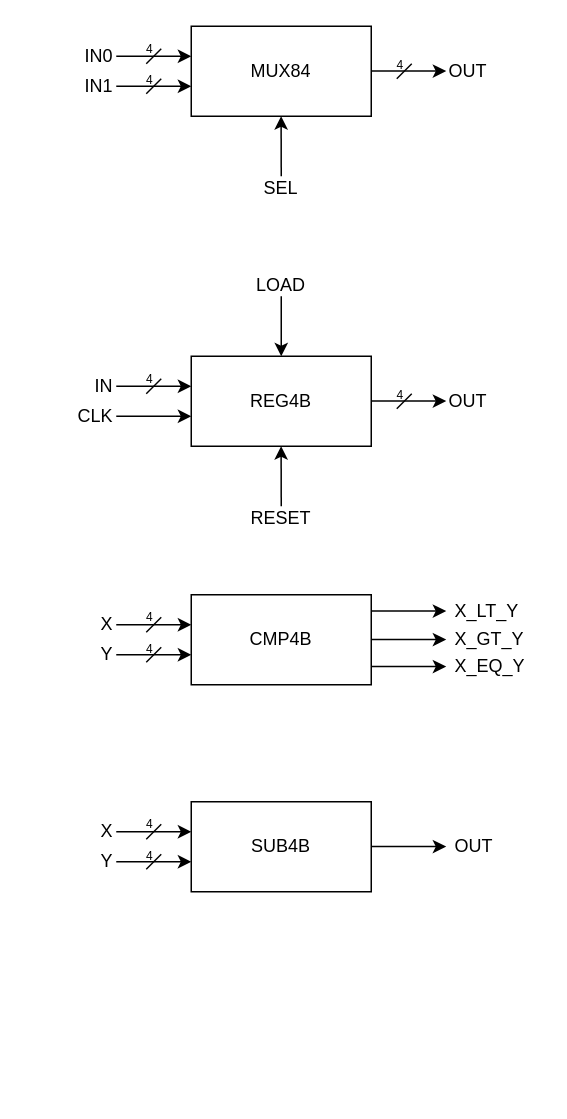
hg-xnb/hscd_systemc keeps this draw.io diagram as page "Page-1" (1 of 2) of gcd_caculator/diagram.drawio. Above is the earlier version. Source tidied: cells renumbered, new cells numbered last; positions are measured from the earlier drawing's top-left corner, leaving out a move shared by most shapes. Both pictures are drawn from the tidied source at 150%, with x=0, y=0 at pixel (26, 26).
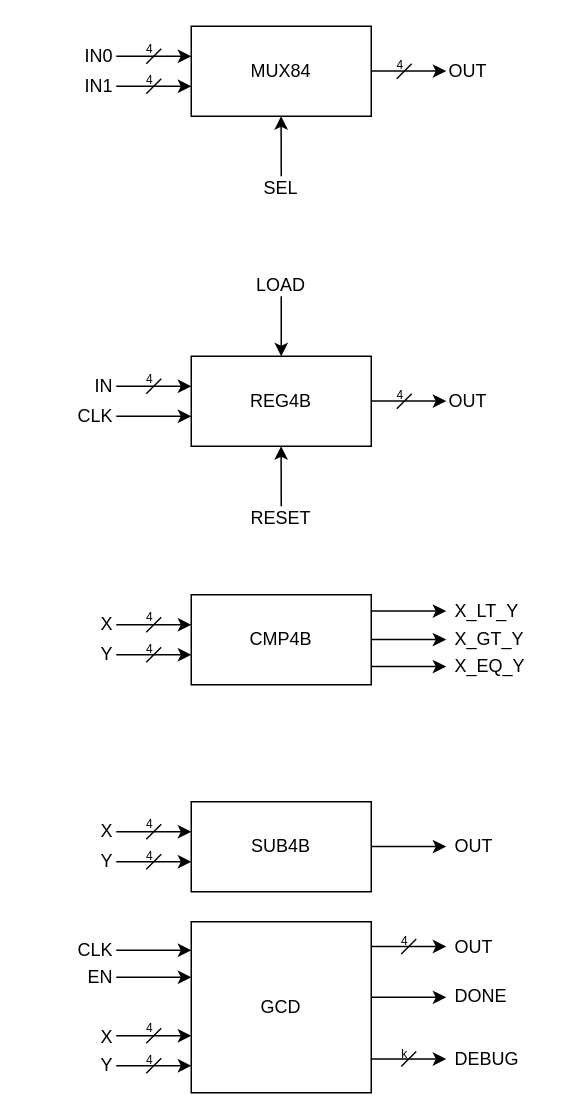
The same page after the edit.

Diff of the diagram source:
```diff
@@
+    <mxCell id="72" value="GCD" style="rounded=0;whiteSpace=wrap;html=1;" parent="1" vertex="1">
+      <mxGeometry x="110" y="597" width="120" height="114" as="geometry" />
+    </mxCell>
+    <mxCell id="73" style="group;" parent="1" vertex="1">
+      <mxGeometry x="60" y="668" width="50" height="10" as="geometry" />
+    </mxCell>
+    <mxCell id="74" style="endArrow=classic;html=1;" parent="73" edge="1">
+      <mxGeometry relative="1" as="geometry">
+        <mxPoint y="5" as="sourcePoint" />
+        <mxPoint x="50" y="5" as="targetPoint" />
+      </mxGeometry>
+    </mxCell>
+    <mxCell id="75" style="endArrow=none;html=1;" parent="73" edge="1">
+      <mxGeometry relative="1" as="geometry">
+        <mxPoint x="20" y="10" as="sourcePoint" />
+        <mxPoint x="30" as="targetPoint" />
+      </mxGeometry>
+    </mxCell>
+    <mxCell id="76" style="group;" parent="1" vertex="1">
+      <mxGeometry x="60" y="688" width="50" height="10" as="geometry" />
+    </mxCell>
+    <mxCell id="77" style="endArrow=classic;html=1;" parent="76" edge="1">
+      <mxGeometry relative="1" as="geometry">
+        <mxPoint y="5" as="sourcePoint" />
+        <mxPoint x="50" y="5" as="targetPoint" />
+      </mxGeometry>
+    </mxCell>
+    <mxCell id="78" style="endArrow=none;html=1;" parent="76" edge="1">
+      <mxGeometry relative="1" as="geometry">
+        <mxPoint x="20" y="10" as="sourcePoint" />
+        <mxPoint x="30" as="targetPoint" />
+      </mxGeometry>
+    </mxCell>
+    <mxCell id="79" value="&lt;font style=&quot;font-size: 8px;&quot;&gt;4&lt;/font&gt;" style="text;html=1;align=center;verticalAlign=middle;whiteSpace=wrap;rounded=0;" parent="76" vertex="1">
+      <mxGeometry x="14.5" y="-5" width="15" height="10" as="geometry" />
+    </mxCell>
+    <mxCell id="80" value="&lt;font style=&quot;font-size: 8px;&quot;&gt;4&lt;/font&gt;" style="text;html=1;align=center;verticalAlign=middle;whiteSpace=wrap;rounded=0;" parent="1" vertex="1">
+      <mxGeometry x="74.5" y="662" width="15" height="10" as="geometry" />
+    </mxCell>
+    <mxCell id="81" value="OUT" style="text;html=1;align=left;verticalAlign=middle;whiteSpace=wrap;rounded=0;" parent="1" vertex="1">
+      <mxGeometry x="284" y="606" width="60" height="15" as="geometry" />
+    </mxCell>
+    <mxCell id="82" style="group;" parent="1" vertex="1">
+      <mxGeometry x="230" y="608.5" width="50" height="10" as="geometry" />
+    </mxCell>
+    <mxCell id="83" style="endArrow=classic;html=1;" parent="82" edge="1">
+      <mxGeometry relative="1" as="geometry">
+        <mxPoint y="5" as="sourcePoint" />
+        <mxPoint x="50" y="5" as="targetPoint" />
+      </mxGeometry>
+    </mxCell>
+    <mxCell id="84" style="endArrow=none;html=1;" parent="82" edge="1">
+      <mxGeometry relative="1" as="geometry">
+        <mxPoint x="20" y="10" as="sourcePoint" />
+        <mxPoint x="30" as="targetPoint" />
+      </mxGeometry>
+    </mxCell>
+    <mxCell id="85" value="&lt;font style=&quot;font-size: 8px;&quot;&gt;4&lt;/font&gt;" style="text;html=1;align=center;verticalAlign=middle;whiteSpace=wrap;rounded=0;" parent="82" vertex="1">
+      <mxGeometry x="14.5" y="-5" width="15" height="10" as="geometry" />
+    </mxCell>
+    <mxCell id="86" style="group;" parent="1" vertex="1">
+      <mxGeometry x="230" y="642.5" width="50" height="10" as="geometry" />
+    </mxCell>
+    <mxCell id="87" style="endArrow=classic;html=1;" parent="86" edge="1">
+      <mxGeometry relative="1" as="geometry">
+        <mxPoint y="4.9" as="sourcePoint" />
+        <mxPoint x="50" y="4.9" as="targetPoint" />
+      </mxGeometry>
+    </mxCell>
+    <mxCell id="88" value="DONE" style="text;html=1;align=left;verticalAlign=middle;whiteSpace=wrap;rounded=0;" parent="1" vertex="1">
+      <mxGeometry x="284" y="639.5" width="60" height="15" as="geometry" />
+    </mxCell>
+    <mxCell id="89" value="X" style="text;html=1;align=right;verticalAlign=middle;whiteSpace=wrap;rounded=0;" parent="1" vertex="1">
+      <mxGeometry y="666" width="60" height="15" as="geometry" />
+    </mxCell>
+    <mxCell id="90" value="Y" style="text;html=1;align=right;verticalAlign=middle;whiteSpace=wrap;rounded=0;" parent="1" vertex="1">
+      <mxGeometry y="685.5" width="60" height="15" as="geometry" />
+    </mxCell>
+    <mxCell id="91" value="CLK" style="text;html=1;align=right;verticalAlign=middle;whiteSpace=wrap;rounded=0;" parent="1" vertex="1">
+      <mxGeometry y="608" width="60" height="15" as="geometry" />
+    </mxCell>
+    <mxCell id="92" style="group;" parent="1" vertex="1">
+      <mxGeometry x="60" y="611" width="50" height="10" as="geometry" />
+    </mxCell>
+    <mxCell id="93" style="endArrow=classic;html=1;" parent="92" edge="1">
+      <mxGeometry relative="1" as="geometry">
+        <mxPoint y="5" as="sourcePoint" />
+        <mxPoint x="50" y="5" as="targetPoint" />
+      </mxGeometry>
+    </mxCell>
+    <mxCell id="94" value="EN" style="text;html=1;align=right;verticalAlign=middle;whiteSpace=wrap;rounded=0;" parent="1" vertex="1">
+      <mxGeometry y="626" width="60" height="15" as="geometry" />
+    </mxCell>
+    <mxCell id="95" style="group;" parent="1" vertex="1">
+      <mxGeometry x="60" y="629" width="50" height="10" as="geometry" />
+    </mxCell>
+    <mxCell id="96" style="endArrow=classic;html=1;" parent="95" edge="1">
+      <mxGeometry relative="1" as="geometry">
+        <mxPoint y="5" as="sourcePoint" />
+        <mxPoint x="50" y="5" as="targetPoint" />
+      </mxGeometry>
+    </mxCell>
+    <mxCell id="97" value="DEBUG" style="text;html=1;align=left;verticalAlign=middle;whiteSpace=wrap;rounded=0;" parent="1" vertex="1">
+      <mxGeometry x="284" y="681" width="60" height="15" as="geometry" />
+    </mxCell>
+    <mxCell id="98" style="group;" parent="1" vertex="1">
+      <mxGeometry x="230" y="683.5" width="50" height="10" as="geometry" />
+    </mxCell>
+    <mxCell id="99" style="endArrow=classic;html=1;" parent="98" edge="1">
+      <mxGeometry relative="1" as="geometry">
+        <mxPoint y="5" as="sourcePoint" />
+        <mxPoint x="50" y="5" as="targetPoint" />
+      </mxGeometry>
+    </mxCell>
+    <mxCell id="100" style="endArrow=none;html=1;" parent="98" edge="1">
+      <mxGeometry relative="1" as="geometry">
+        <mxPoint x="20" y="10" as="sourcePoint" />
+        <mxPoint x="30" as="targetPoint" />
+      </mxGeometry>
+    </mxCell>
+    <mxCell id="101" value="&lt;span style=&quot;font-size: 8px;&quot;&gt;k&lt;/span&gt;" style="text;html=1;align=center;verticalAlign=middle;whiteSpace=wrap;rounded=0;" parent="98" vertex="1">
+      <mxGeometry x="14.5" y="-5" width="15" height="10" as="geometry" />
+    </mxCell>
```
